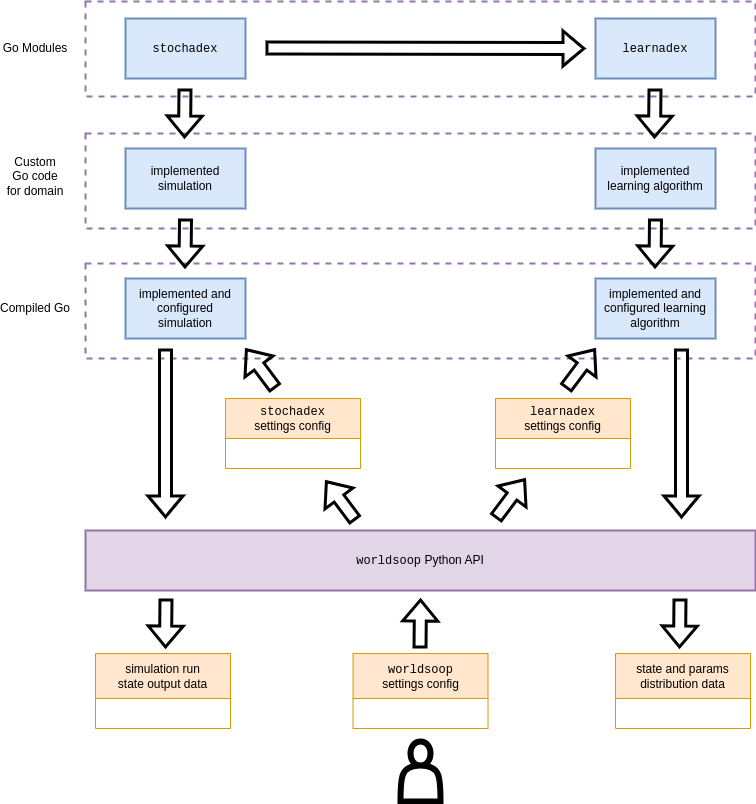
This is images/chapter-5-high-level-dependencies.drawio.png from umbralcalc/worlds-of-observation, a draw.io export, as it was before one commit. Source tidied: cells renumbered, new cells last; positions are measured from the earlier drawing's top-left corner, leaving out a move shared by most shapes.
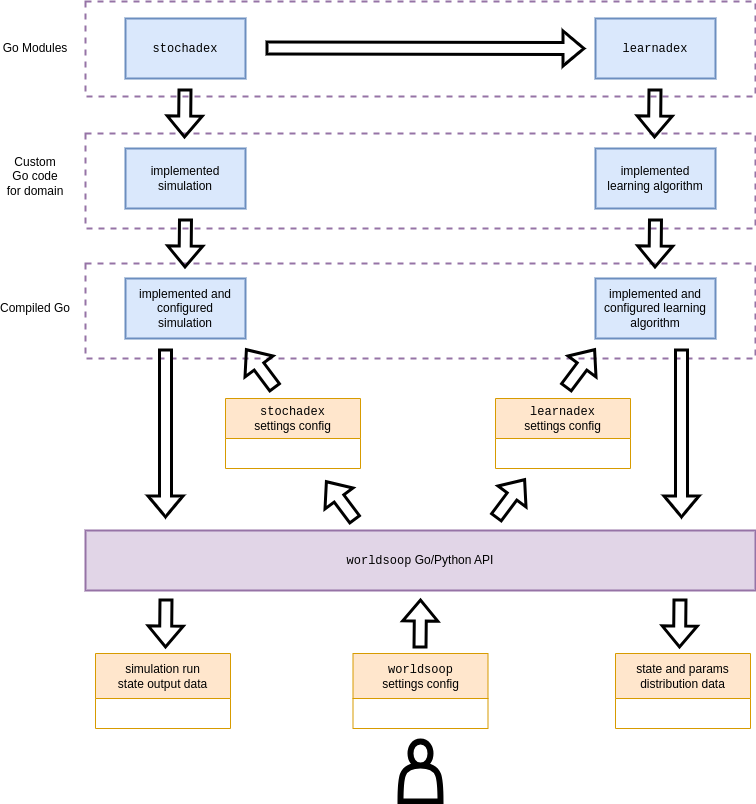
Later version of the same file.

Diff of the diagram source:
```diff
@@ -17,7 +17,7 @@
     <mxCell id="6" value="&lt;font style=&quot;&quot; face=&quot;Courier New&quot;&gt;learnadex&lt;/font&gt;" style="rounded=0;whiteSpace=wrap;html=1;strokeWidth=2;fillColor=#dae8fc;strokeColor=#6c8ebf;" parent="1" vertex="1">
       <mxGeometry x="590" y="17" width="120" height="60" as="geometry" />
     </mxCell>
-    <mxCell id="7" value="&lt;font face=&quot;Courier New&quot;&gt;worldsoop&lt;/font&gt; Python API" style="rounded=0;whiteSpace=wrap;html=1;strokeWidth=2;fillColor=#e1d5e7;strokeColor=#9673a6;" parent="1" vertex="1">
+    <mxCell id="7" value="&lt;font face=&quot;Courier New&quot;&gt;worldsoop&lt;/font&gt;&amp;nbsp;Go/Python API" style="rounded=0;whiteSpace=wrap;html=1;strokeWidth=2;fillColor=#e1d5e7;strokeColor=#9673a6;" parent="1" vertex="1">
       <mxGeometry x="80" y="529" width="670" height="60" as="geometry" />
     </mxCell>
     <mxCell id="8" value="&lt;font face=&quot;Helvetica&quot;&gt;Go&amp;nbsp;Modules&lt;/font&gt;" style="text;html=1;strokeColor=none;fillColor=none;align=center;verticalAlign=middle;whiteSpace=wrap;rounded=0;" parent="1" vertex="1">
```
